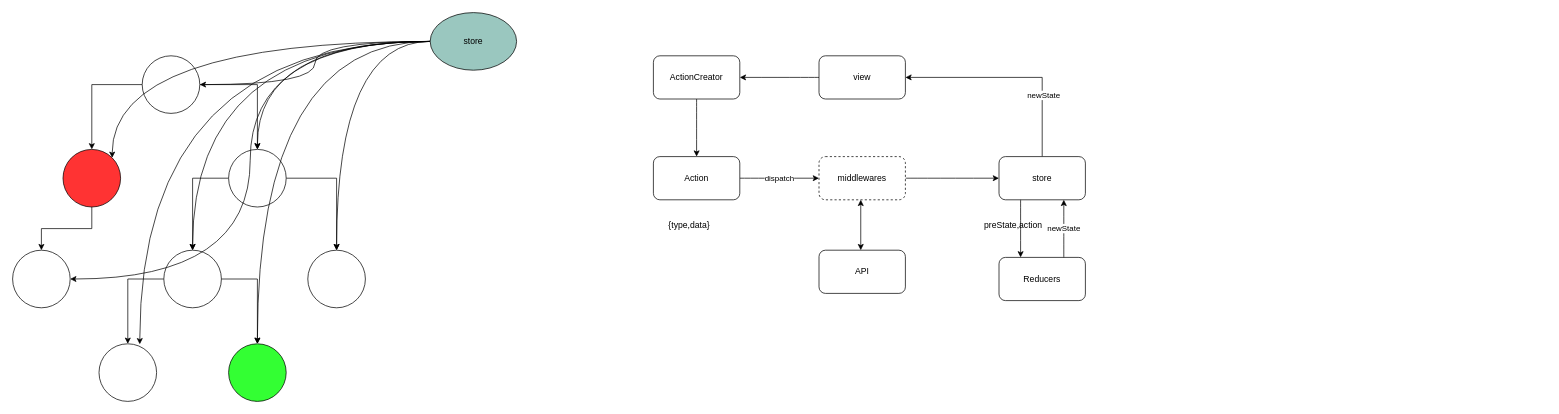
The draw.io diagram page "第 3 页" (3 of 3) of 未命名绘图.drawio in yudafeng/draw.io, before the edit. Source tidied: cells renumbered, new cells numbered last; positions are measured from the earlier drawing's top-left corner, leaving out a move shared by most shapes. Both pictures are drawn from the tidied source at 72%, with x=0, y=0 at pixel (12, 12).
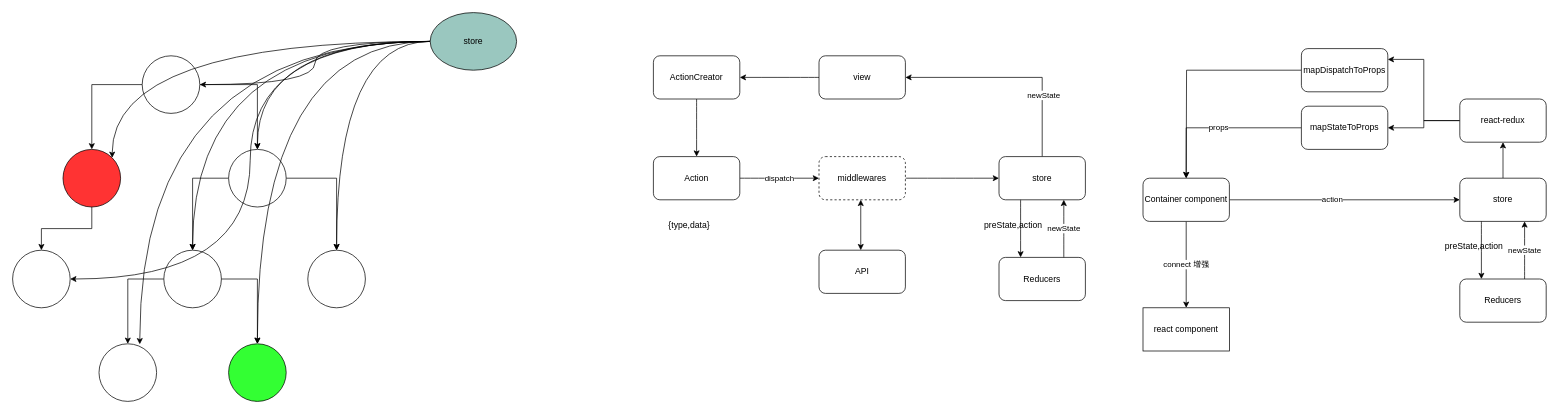
After the change.

Commit message:
更新未命名绘图.drawio

Diff of the diagram source:
```diff
@@
+    <mxCell id="44" style="edgeStyle=orthogonalEdgeStyle;rounded=0;jettySize=auto;html=1;entryX=0;entryY=0.5;entryDx=0;entryDy=0;" parent="1" edge="1" source="47" target="49">
+      <mxGeometry relative="1" as="geometry" />
+    </mxCell>
+    <mxCell id="45" value="action" style="edgeLabel;html=1;align=center;verticalAlign=middle;" parent="44" vertex="1">
+      <mxGeometry x="-0.11" y="2" relative="1" as="geometry" />
+    </mxCell>
+    <mxCell id="46" value="connect 增强" style="edgeStyle=orthogonalEdgeStyle;rounded=0;jettySize=auto;html=1;entryX=0.5;entryY=0;entryDx=0;entryDy=0;" parent="1" edge="1" source="47" target="62">
+      <mxGeometry relative="1" as="geometry" />
+    </mxCell>
+    <mxCell id="47" value="Container component" style="rounded=1;whiteSpace=wrap;html=1;fillColor=#FFFFFF;" parent="1" vertex="1">
+      <mxGeometry x="1570" y="230" width="120" height="60" as="geometry" />
+    </mxCell>
+    <mxCell id="48" style="edgeStyle=orthogonalEdgeStyle;rounded=0;jettySize=auto;html=1;entryX=0.5;entryY=1;entryDx=0;entryDy=0;" parent="1" edge="1" source="49" target="61">
+      <mxGeometry relative="1" as="geometry" />
+    </mxCell>
+    <mxCell id="49" value="store" style="rounded=1;whiteSpace=wrap;html=1;fillColor=#FFFFFF;" parent="1" vertex="1">
+      <mxGeometry x="2010" y="230" width="120" height="60" as="geometry" />
+    </mxCell>
+    <mxCell id="50" value="Reducers" style="rounded=1;whiteSpace=wrap;html=1;fillColor=#FFFFFF;" parent="1" vertex="1">
+      <mxGeometry x="2010" y="370" width="120" height="60" as="geometry" />
+    </mxCell>
+    <mxCell id="51" style="endArrow=classic;html=1;rounded=0;curved=1;exitX=0.25;exitY=1;exitDx=0;exitDy=0;entryX=0.25;entryY=0;entryDx=0;entryDy=0;" parent="1" edge="1" source="49" target="50">
+      <mxGeometry relative="1" as="geometry" />
+    </mxCell>
+    <mxCell id="52" value="preState,action" style="text;html=1;strokeColor=none;fillColor=none;align=center;verticalAlign=middle;whiteSpace=wrap;rounded=0;" parent="1" vertex="1">
+      <mxGeometry x="2000" y="310" width="60" height="30" as="geometry" />
+    </mxCell>
+    <mxCell id="53" value="newState" style="endArrow=classic;html=1;rounded=0;curved=1;exitX=0.75;exitY=0;exitDx=0;exitDy=0;entryX=0.75;entryY=1;entryDx=0;entryDy=0;" parent="1" edge="1" source="50" target="49">
+      <mxGeometry relative="1" as="geometry" />
+    </mxCell>
+    <mxCell id="54" style="edgeStyle=orthogonalEdgeStyle;rounded=0;jettySize=auto;html=1;entryX=0.5;entryY=0;entryDx=0;entryDy=0;" parent="1" edge="1" source="56" target="47">
+      <mxGeometry relative="1" as="geometry" />
+    </mxCell>
+    <mxCell id="55" value="props" style="edgeLabel;html=1;align=center;verticalAlign=middle;" parent="54" vertex="1">
+      <mxGeometry x="0.01" y="-1" relative="1" as="geometry" />
+    </mxCell>
+    <mxCell id="56" value="mapStateToProps" style="rounded=1;whiteSpace=wrap;html=1;" parent="1" vertex="1">
+      <mxGeometry x="1790" y="130" width="120" height="60" as="geometry" />
+    </mxCell>
+    <mxCell id="57" style="edgeStyle=orthogonalEdgeStyle;rounded=0;jettySize=auto;html=1;" parent="1" edge="1" source="58">
+      <mxGeometry relative="1" as="geometry">
+        <mxPoint x="1630" y="230" as="targetPoint" />
+      </mxGeometry>
+    </mxCell>
+    <mxCell id="58" value="mapDispatchToProps" style="rounded=1;whiteSpace=wrap;html=1;" parent="1" vertex="1">
+      <mxGeometry x="1790" y="50" width="120" height="60" as="geometry" />
+    </mxCell>
+    <mxCell id="59" style="edgeStyle=orthogonalEdgeStyle;rounded=0;jettySize=auto;html=1;entryX=1;entryY=0.25;entryDx=0;entryDy=0;" parent="1" edge="1" source="61" target="58">
+      <mxGeometry relative="1" as="geometry" />
+    </mxCell>
+    <mxCell id="60" style="edgeStyle=orthogonalEdgeStyle;rounded=0;jettySize=auto;html=1;entryX=1;entryY=0.5;entryDx=0;entryDy=0;" parent="1" edge="1" source="61" target="56">
+      <mxGeometry relative="1" as="geometry" />
+    </mxCell>
+    <mxCell id="61" value="react-redux" style="rounded=1;whiteSpace=wrap;html=1;" parent="1" vertex="1">
+      <mxGeometry x="2010" y="120" width="120" height="60" as="geometry" />
+    </mxCell>
+    <mxCell id="62" value="react component" style="rounded=0;whiteSpace=wrap;html=1;" parent="1" vertex="1">
+      <mxGeometry x="1570" y="410" width="120" height="60" as="geometry" />
+    </mxCell>
```
